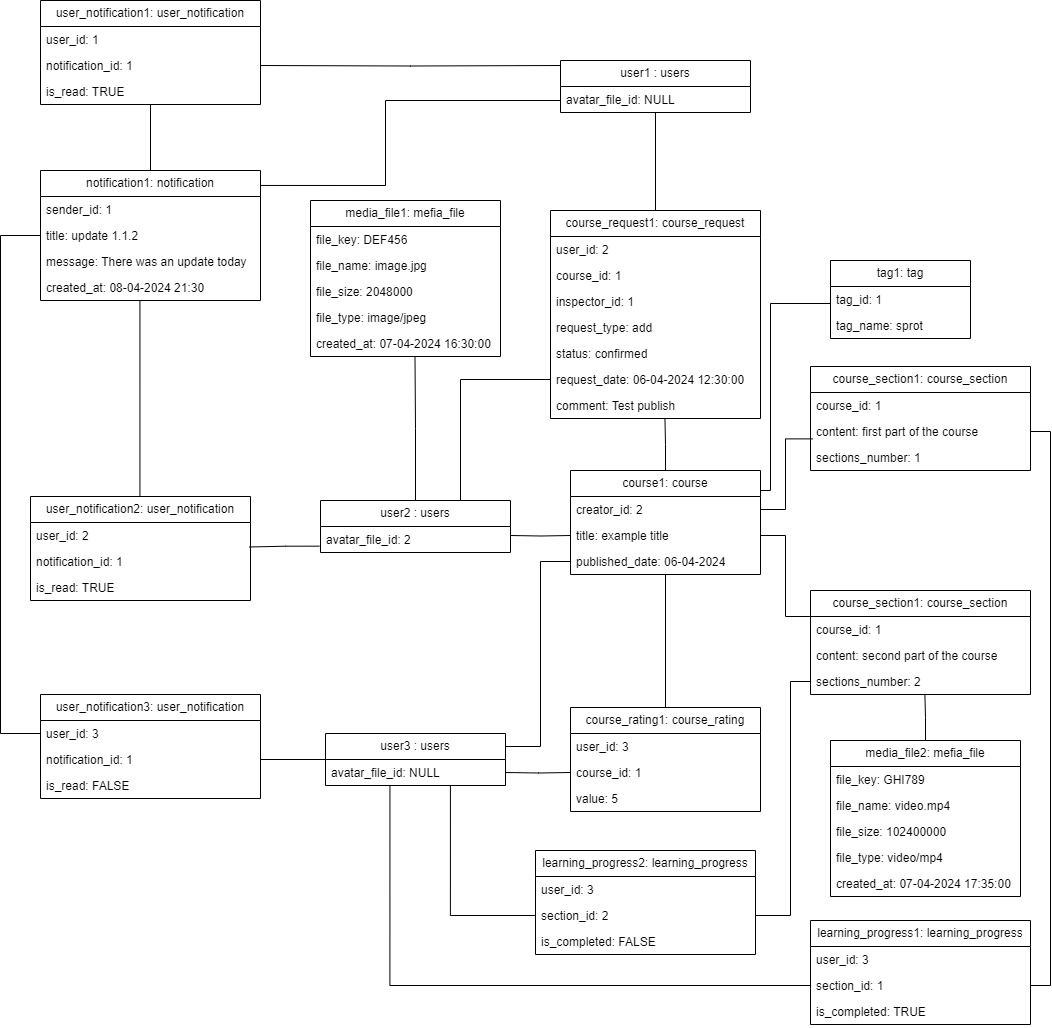
Before: diagrams/Диаграмма объектов (Object diagram)/Диаграмма объектов.png, a diagram exported from draw.io (sahland/9.5-Team). Source tidied: cells renumbered, new cells last; positions are measured from the earlier drawing's top-left corner, leaving out a move shared by most shapes.
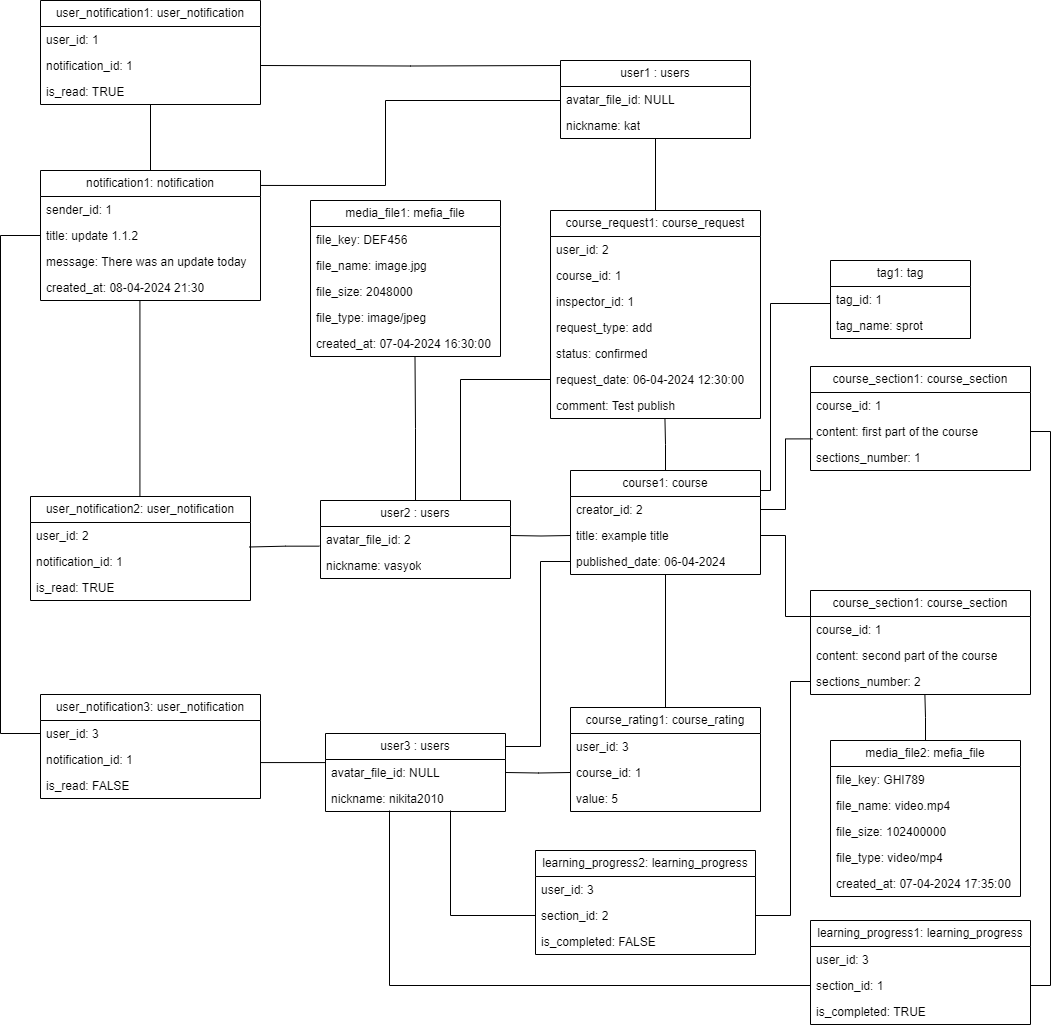
After the commit.

Diff of the diagram source:
```diff
@@ -10,11 +10,14 @@
       </mxGeometry>
     </mxCell>
     <mxCell id="3" value="user2 : users" style="swimlane;fontStyle=0;horizontal=1;startSize=26;fillColor=none;whiteSpace=wrap;html=1;" parent="1" vertex="1">
-      <mxGeometry x="320" y="500" width="190" height="52" as="geometry" />
+      <mxGeometry x="320" y="500" width="190" height="78" as="geometry" />
     </mxCell>
     <mxCell id="4" value="avatar_file_id: 2" style="text;strokeColor=none;fillColor=none;align=left;verticalAlign=top;spacingLeft=4;spacingRight=4;overflow=hidden;whiteSpace=wrap;html=1;" parent="3" vertex="1">
       <mxGeometry y="26" width="190" height="26" as="geometry" />
     </mxCell>
+    <mxCell id="95" value="nickname: vasyok" style="text;strokeColor=none;fillColor=none;align=left;verticalAlign=top;spacingLeft=4;spacingRight=4;overflow=hidden;whiteSpace=wrap;html=1;" parent="3" vertex="1">
+      <mxGeometry y="52" width="190" height="26" as="geometry" />
+    </mxCell>
     <mxCell id="5" value="media_file1: mefia_file" style="swimlane;fontStyle=0;horizontal=1;startSize=26;fillColor=none;whiteSpace=wrap;html=1;" parent="1" vertex="1">
       <mxGeometry x="310" y="200" width="190" height="156" as="geometry" />
     </mxCell>
@@ -69,15 +72,18 @@
         </Array>
       </mxGeometry>
     </mxCell>
-    <mxCell id="19" style="edgeStyle=orthogonalEdgeStyle;rounded=0;jettySize=auto;html=1;entryX=1;entryY=0.5;entryDx=0;entryDy=0;endArrow=none;endFill=0;" parent="1" edge="1" source="20" target="84">
+    <mxCell id="19" style="edgeStyle=orthogonalEdgeStyle;rounded=0;jettySize=auto;html=1;entryX=1;entryY=0.618;entryDx=0;entryDy=0;endArrow=none;endFill=0;exitX=0;exitY=0.118;exitDx=0;exitDy=0;exitPerimeter=0;entryPerimeter=0;" parent="1" edge="1" source="21" target="84">
       <mxGeometry relative="1" as="geometry" />
     </mxCell>
     <mxCell id="20" value="user3 : users" style="swimlane;fontStyle=0;horizontal=1;startSize=26;fillColor=none;whiteSpace=wrap;html=1;" parent="1" vertex="1">
-      <mxGeometry x="325" y="733" width="180" height="52" as="geometry" />
+      <mxGeometry x="325" y="733" width="180" height="78" as="geometry" />
     </mxCell>
     <mxCell id="21" value="avatar_file_id: NULL" style="text;strokeColor=none;fillColor=none;align=left;verticalAlign=top;spacingLeft=4;spacingRight=4;overflow=hidden;points=[[0,0.5],[1,0.5]];portConstraint=eastwest;whiteSpace=wrap;html=1;" parent="20" vertex="1">
       <mxGeometry y="26" width="180" height="26" as="geometry" />
     </mxCell>
+    <mxCell id="96" value="nickname: nikita2010" style="text;strokeColor=none;fillColor=none;align=left;verticalAlign=top;spacingLeft=4;spacingRight=4;overflow=hidden;whiteSpace=wrap;html=1;" parent="20" vertex="1">
+      <mxGeometry y="52" width="180" height="26" as="geometry" />
+    </mxCell>
     <mxCell id="22" style="edgeStyle=orthogonalEdgeStyle;rounded=0;jettySize=auto;html=1;entryX=0.5;entryY=1;entryDx=0;entryDy=0;endArrow=none;endFill=0;" parent="1" edge="1" source="23" target="13">
       <mxGeometry relative="1" as="geometry" />
     </mxCell>
@@ -186,17 +192,17 @@
         </Array>
       </mxGeometry>
     </mxCell>
-    <mxCell id="54" style="edgeStyle=orthogonalEdgeStyle;rounded=0;jettySize=auto;html=1;entryX=0.358;entryY=0.986;entryDx=0;entryDy=0;entryPerimeter=0;endArrow=none;endFill=0;exitX=0;exitY=0.5;exitDx=0;exitDy=0;" parent="1" edge="1" source="46">
+    <mxCell id="54" style="edgeStyle=orthogonalEdgeStyle;rounded=0;jettySize=auto;html=1;endArrow=none;endFill=0;exitX=0;exitY=0.5;exitDx=0;exitDy=0;" parent="1" edge="1" source="46">
       <mxGeometry relative="1" as="geometry">
-        <mxPoint x="389.4" y="784.6" as="targetPoint" />
+        <mxPoint x="389" y="810" as="targetPoint" />
         <Array as="points">
           <mxPoint x="389" y="985" />
         </Array>
       </mxGeometry>
     </mxCell>
-    <mxCell id="55" style="edgeStyle=orthogonalEdgeStyle;rounded=0;jettySize=auto;html=1;entryX=0.694;entryY=1.013;entryDx=0;entryDy=0;entryPerimeter=0;endArrow=none;endFill=0;exitX=0;exitY=0.5;exitDx=0;exitDy=0;" parent="1" edge="1" source="51">
+    <mxCell id="55" style="edgeStyle=orthogonalEdgeStyle;rounded=0;jettySize=auto;html=1;endArrow=none;endFill=0;exitX=0;exitY=0.5;exitDx=0;exitDy=0;" parent="1" edge="1" source="51">
       <mxGeometry relative="1" as="geometry">
-        <mxPoint x="449.9" y="785.3" as="targetPoint" />
+        <mxPoint x="450" y="810" as="targetPoint" />
         <Array as="points">
           <mxPoint x="450" y="915" />
         </Array>
@@ -227,11 +233,14 @@
       <mxGeometry y="182" width="210" height="26" as="geometry" />
     </mxCell>
     <mxCell id="64" value="user1 : users" style="swimlane;fontStyle=0;horizontal=1;startSize=26;fillColor=none;whiteSpace=wrap;html=1;" parent="1" vertex="1">
-      <mxGeometry x="560" y="60" width="190" height="52" as="geometry" />
+      <mxGeometry x="560" y="60" width="190" height="78" as="geometry" />
     </mxCell>
     <mxCell id="65" value="avatar_file_id: NULL" style="text;strokeColor=none;fillColor=none;align=left;verticalAlign=top;spacingLeft=4;spacingRight=4;overflow=hidden;whiteSpace=wrap;html=1;" parent="64" vertex="1">
       <mxGeometry y="26" width="190" height="26" as="geometry" />
     </mxCell>
+    <mxCell id="97" value="nickname: kat" style="text;strokeColor=none;fillColor=none;align=left;verticalAlign=top;spacingLeft=4;spacingRight=4;overflow=hidden;whiteSpace=wrap;html=1;" parent="64" vertex="1">
+      <mxGeometry y="52" width="190" height="26" as="geometry" />
+    </mxCell>
     <mxCell id="66" style="edgeStyle=orthogonalEdgeStyle;rounded=0;jettySize=auto;html=1;entryX=0.52;entryY=1.019;entryDx=0;entryDy=0;entryPerimeter=0;endArrow=none;endFill=0;" parent="1" edge="1" source="38" target="35">
       <mxGeometry relative="1" as="geometry" />
     </mxCell>
```
